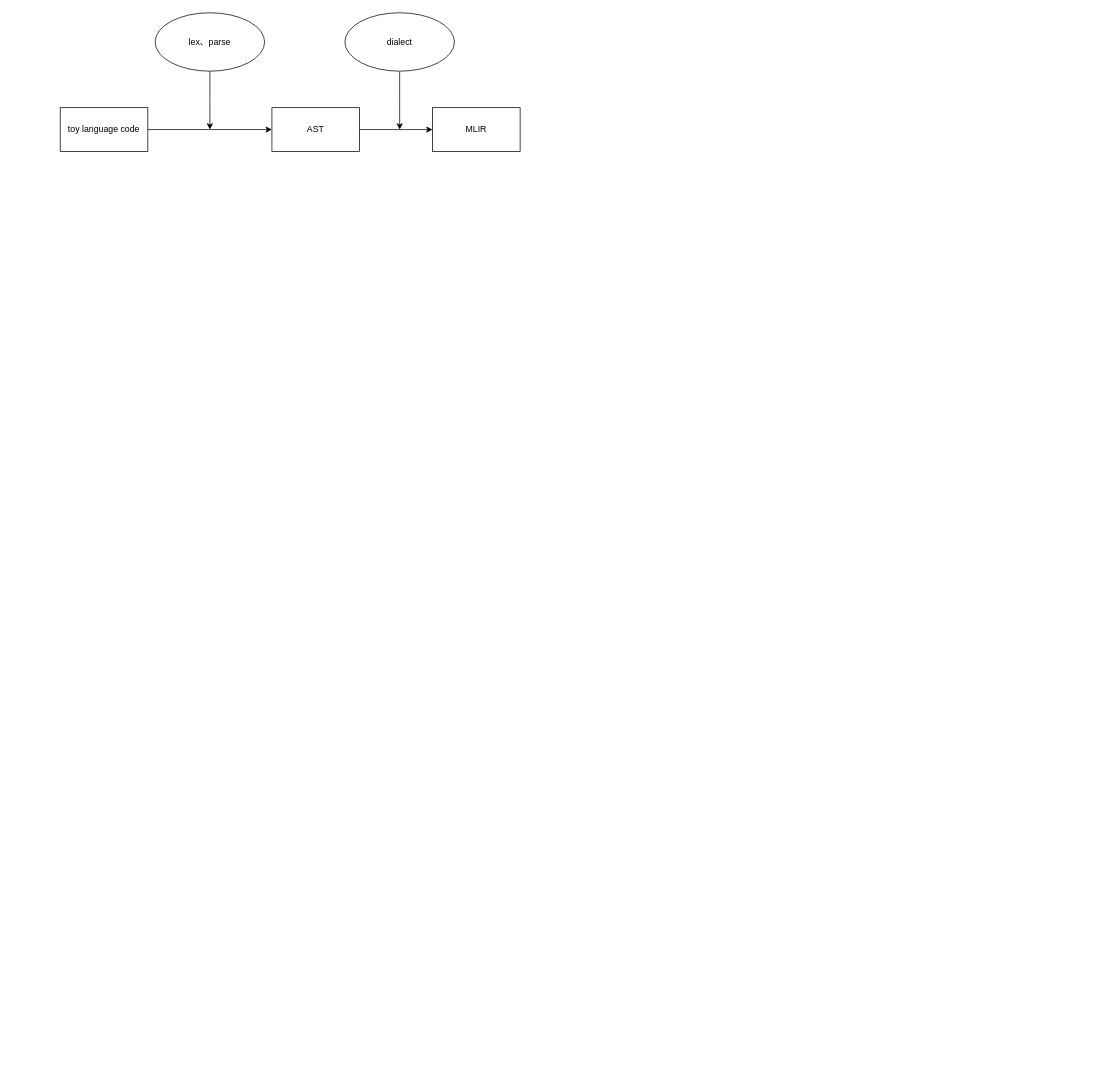
ZackWan/Learngit keeps this draw.io diagram as RewritePattern.drawio. Above is the earlier version. Source tidied: cells renumbered, new cells numbered last; positions are measured from the earlier drawing's top-left corner, leaving out a move shared by most shapes. Both pictures are drawn from the tidied source at 73%, with x=0, y=0 at pixel (60, 12).
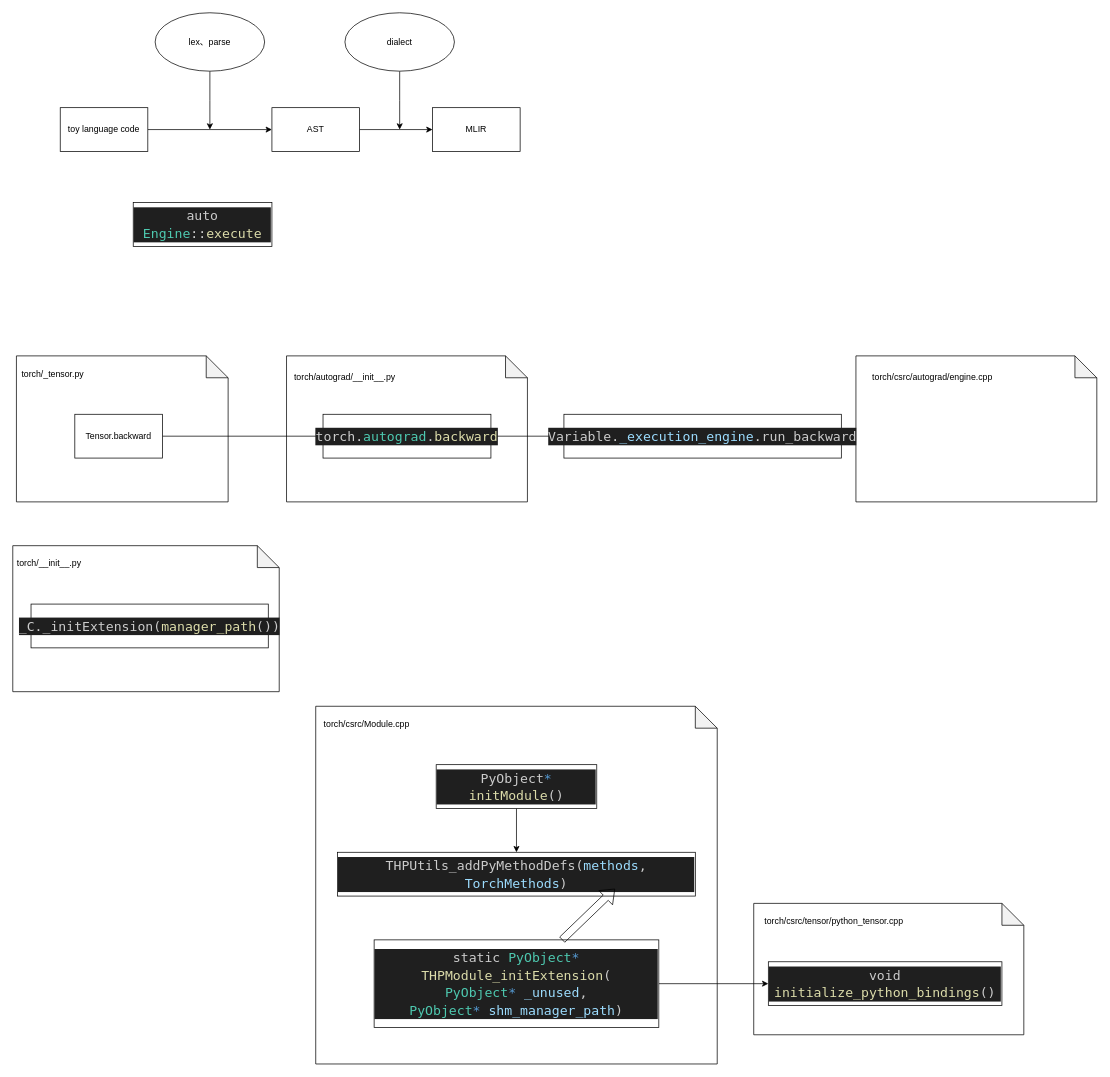
The same diagram, later.

Change to the diagram source:
```diff
@@
+    <mxCell id="11" style="shape=note;whiteSpace=wrap;html=1;backgroundOutline=1;darkOpacity=0.05;" parent="1" vertex="1">
+      <mxGeometry x="950" y="1220" width="370" height="180" as="geometry" />
+    </mxCell>
+    <mxCell id="12" style="shape=note;whiteSpace=wrap;html=1;backgroundOutline=1;darkOpacity=0.05;" parent="1" vertex="1">
+      <mxGeometry x="350" y="950" width="550" height="490" as="geometry" />
+    </mxCell>
+    <mxCell id="13" style="shape=note;whiteSpace=wrap;html=1;backgroundOutline=1;darkOpacity=0.05;" parent="1" vertex="1">
+      <mxGeometry x="1090" y="470" width="330" height="200" as="geometry" />
+    </mxCell>
+    <mxCell id="14" value="torch/csrc/autograd/engine.cpp" style="text;html=1;strokeColor=none;fillColor=none;align=center;verticalAlign=middle;whiteSpace=wrap;rounded=0;" parent="1" vertex="1">
+      <mxGeometry x="1165" y="485" width="60" height="30" as="geometry" />
+    </mxCell>
+    <mxCell id="15" style="shape=note;whiteSpace=wrap;html=1;backgroundOutline=1;darkOpacity=0.05;" parent="1" vertex="1">
+      <mxGeometry x="310" y="470" width="330" height="200" as="geometry" />
+    </mxCell>
+    <mxCell id="16" value="torch/autograd/__init__.py" style="text;html=1;strokeColor=none;fillColor=none;align=center;verticalAlign=middle;whiteSpace=wrap;rounded=0;" parent="1" vertex="1">
+      <mxGeometry x="360" y="485" width="60" height="30" as="geometry" />
+    </mxCell>
+    <mxCell id="17" style="shape=note;whiteSpace=wrap;html=1;backgroundOutline=1;darkOpacity=0.05;" parent="1" vertex="1">
+      <mxGeometry x="-60" y="470" width="290" height="200" as="geometry" />
+    </mxCell>
@@
+    <mxCell id="18" value="&lt;div style=&quot;color: rgb(204, 204, 204); background-color: rgb(31, 31, 31); font-family: &amp;quot;Ubuntu Mono&amp;quot;, &amp;quot;Droid Sans Mono&amp;quot;, &amp;quot;monospace&amp;quot;, monospace; font-size: 18px; line-height: 24px;&quot;&gt;auto &lt;span style=&quot;color: #4ec9b0;&quot;&gt;Engine&lt;/span&gt;::&lt;span style=&quot;color: #dcdcaa;&quot;&gt;execute&lt;/span&gt;&lt;/div&gt;" style="rounded=0;whiteSpace=wrap;html=1;" parent="1" vertex="1">
+      <mxGeometry x="100" y="260" width="190" height="60" as="geometry" />
+    </mxCell>
+    <mxCell id="19" style="edgeStyle=orthogonalEdgeStyle;rounded=0;jettySize=auto;html=1;exitX=1;exitY=0.5;exitDx=0;exitDy=0;entryX=0;entryY=0.5;entryDx=0;entryDy=0;" parent="1" edge="1" source="20" target="23">
+      <mxGeometry relative="1" as="geometry" />
+    </mxCell>
+    <mxCell id="20" value="Tensor.backward" style="rounded=0;whiteSpace=wrap;html=1;" parent="1" vertex="1">
+      <mxGeometry x="20" y="550" width="120" height="60" as="geometry" />
+    </mxCell>
+    <mxCell id="21" value="torch/_tensor.py" style="text;html=1;strokeColor=none;fillColor=none;align=center;verticalAlign=middle;whiteSpace=wrap;rounded=0;" parent="1" vertex="1">
+      <mxGeometry x="-40" y="480" width="60" height="30" as="geometry" />
+    </mxCell>
+    <mxCell id="22" style="edgeStyle=orthogonalEdgeStyle;rounded=0;jettySize=auto;html=1;exitX=1;exitY=0.5;exitDx=0;exitDy=0;entryX=0;entryY=0.5;entryDx=0;entryDy=0;" parent="1" edge="1" source="23" target="24">
+      <mxGeometry relative="1" as="geometry" />
+    </mxCell>
+    <mxCell id="23" value="&lt;div style=&quot;color: rgb(204, 204, 204); background-color: rgb(31, 31, 31); font-family: &amp;quot;Ubuntu Mono&amp;quot;, &amp;quot;Droid Sans Mono&amp;quot;, &amp;quot;monospace&amp;quot;, monospace; font-size: 18px; line-height: 24px;&quot;&gt;torch.&lt;span style=&quot;color: #4ec9b0;&quot;&gt;autograd&lt;/span&gt;.&lt;span style=&quot;color: #dcdcaa;&quot;&gt;backward&lt;/span&gt;&lt;/div&gt;" style="rounded=0;whiteSpace=wrap;html=1;" parent="1" vertex="1">
+      <mxGeometry x="360" y="550" width="230" height="60" as="geometry" />
+    </mxCell>
+    <mxCell id="24" value="&lt;div style=&quot;color: rgb(204, 204, 204); background-color: rgb(31, 31, 31); font-family: &amp;quot;Ubuntu Mono&amp;quot;, &amp;quot;Droid Sans Mono&amp;quot;, &amp;quot;monospace&amp;quot;, monospace; font-size: 18px; line-height: 24px;&quot;&gt;Variable.&lt;span style=&quot;color: #9cdcfe;&quot;&gt;_execution_engine&lt;/span&gt;.run_backward&lt;/div&gt;" style="rounded=0;whiteSpace=wrap;html=1;" parent="1" vertex="1">
+      <mxGeometry x="690" y="550" width="380" height="60" as="geometry" />
+    </mxCell>
+    <mxCell id="25" style="shape=note;whiteSpace=wrap;html=1;backgroundOutline=1;darkOpacity=0.05;" parent="1" vertex="1">
+      <mxGeometry x="-65" y="730" width="365" height="200" as="geometry" />
+    </mxCell>
+    <mxCell id="26" value="&lt;div style=&quot;color: rgb(204, 204, 204); background-color: rgb(31, 31, 31); font-family: &amp;quot;Ubuntu Mono&amp;quot;, &amp;quot;Droid Sans Mono&amp;quot;, &amp;quot;monospace&amp;quot;, monospace; font-size: 18px; line-height: 24px;&quot;&gt;_C._initExtension(&lt;span style=&quot;color: #dcdcaa;&quot;&gt;manager_path&lt;/span&gt;())&lt;/div&gt;" style="rounded=0;whiteSpace=wrap;html=1;" parent="1" vertex="1">
+      <mxGeometry x="-40" y="810" width="325" height="60" as="geometry" />
+    </mxCell>
+    <mxCell id="27" value="torch/__init__.py" style="text;html=1;strokeColor=none;fillColor=none;align=center;verticalAlign=middle;whiteSpace=wrap;rounded=0;" parent="1" vertex="1">
+      <mxGeometry x="-45" y="740" width="60" height="30" as="geometry" />
+    </mxCell>
+    <mxCell id="28" style="edgeStyle=orthogonalEdgeStyle;rounded=0;jettySize=auto;html=1;" parent="1" edge="1" source="29" target="31">
+      <mxGeometry relative="1" as="geometry" />
+    </mxCell>
+    <mxCell id="29" value="&lt;div style=&quot;color: rgb(204, 204, 204); background-color: rgb(31, 31, 31); font-family: &amp;quot;Ubuntu Mono&amp;quot;, &amp;quot;Droid Sans Mono&amp;quot;, &amp;quot;monospace&amp;quot;, monospace; font-size: 18px; line-height: 24px;&quot;&gt;PyObject&lt;span style=&quot;color: #569cd6;&quot;&gt;*&lt;/span&gt; &lt;span style=&quot;color: #dcdcaa;&quot;&gt;initModule&lt;/span&gt;()&lt;/div&gt;" style="rounded=0;whiteSpace=wrap;html=1;" parent="1" vertex="1">
+      <mxGeometry x="515" y="1030" width="220" height="60" as="geometry" />
+    </mxCell>
+    <mxCell id="30" value="torch/csrc/Module.cpp" style="text;html=1;strokeColor=none;fillColor=none;align=center;verticalAlign=middle;whiteSpace=wrap;rounded=0;" parent="1" vertex="1">
+      <mxGeometry x="390" y="960" width="60" height="30" as="geometry" />
+    </mxCell>
+    <mxCell id="31" value="&lt;div style=&quot;color: rgb(204, 204, 204); background-color: rgb(31, 31, 31); font-family: &amp;quot;Ubuntu Mono&amp;quot;, &amp;quot;Droid Sans Mono&amp;quot;, &amp;quot;monospace&amp;quot;, monospace; font-size: 18px; line-height: 24px;&quot;&gt;THPUtils_addPyMethodDefs(&lt;span style=&quot;color: #9cdcfe;&quot;&gt;methods&lt;/span&gt;, &lt;span style=&quot;color: #9cdcfe;&quot;&gt;TorchMethods&lt;/span&gt;)&lt;/div&gt;" style="rounded=0;whiteSpace=wrap;html=1;" parent="1" vertex="1">
+      <mxGeometry x="380" y="1150" width="490" height="60" as="geometry" />
+    </mxCell>
+    <mxCell id="32" style="edgeStyle=orthogonalEdgeStyle;rounded=0;jettySize=auto;html=1;exitX=1;exitY=0.5;exitDx=0;exitDy=0;entryX=0;entryY=0.5;entryDx=0;entryDy=0;" parent="1" edge="1" source="33" target="35">
+      <mxGeometry relative="1" as="geometry" />
+    </mxCell>
+    <mxCell id="33" value="&lt;div style=&quot;color: rgb(204, 204, 204); background-color: rgb(31, 31, 31); font-family: &amp;quot;Ubuntu Mono&amp;quot;, &amp;quot;Droid Sans Mono&amp;quot;, &amp;quot;monospace&amp;quot;, monospace; font-size: 18px; line-height: 24px;&quot;&gt;&lt;div&gt;static &lt;span style=&quot;color: #4ec9b0;&quot;&gt;PyObject&lt;/span&gt;&lt;span style=&quot;color: #569cd6;&quot;&gt;*&lt;/span&gt; &lt;span style=&quot;color: #dcdcaa;&quot;&gt;THPModule_initExtension&lt;/span&gt;(&lt;/div&gt;&lt;div&gt;    &lt;span style=&quot;color: #4ec9b0;&quot;&gt;PyObject&lt;/span&gt;&lt;span style=&quot;color: #569cd6;&quot;&gt;*&lt;/span&gt; &lt;span style=&quot;color: #9cdcfe;&quot;&gt;_unused&lt;/span&gt;,&lt;/div&gt;&lt;div&gt;    &lt;span style=&quot;color: #4ec9b0;&quot;&gt;PyObject&lt;/span&gt;&lt;span style=&quot;color: #569cd6;&quot;&gt;*&lt;/span&gt; &lt;span style=&quot;color: #9cdcfe;&quot;&gt;shm_manager_path&lt;/span&gt;)&lt;/div&gt;&lt;/div&gt;" style="rounded=0;whiteSpace=wrap;html=1;" parent="1" vertex="1">
+      <mxGeometry x="430" y="1270" width="390" height="120" as="geometry" />
+    </mxCell>
+    <mxCell id="34" style="shape=flexArrow;endArrow=classic;html=1;rounded=0;endWidth=16;endSize=5.39;strokeWidth=1;" parent="1" edge="1" source="33">
+      <mxGeometry relative="1" as="geometry">
+        <mxPoint x="760" y="1200" as="targetPoint" />
+      </mxGeometry>
+    </mxCell>
+    <mxCell id="35" value="&lt;div style=&quot;color: rgb(204, 204, 204); background-color: rgb(31, 31, 31); font-family: &amp;quot;Ubuntu Mono&amp;quot;, &amp;quot;Droid Sans Mono&amp;quot;, &amp;quot;monospace&amp;quot;, monospace; font-size: 18px; line-height: 24px;&quot;&gt;void &lt;span style=&quot;color: #dcdcaa;&quot;&gt;initialize_python_bindings&lt;/span&gt;()&lt;/div&gt;" style="rounded=0;whiteSpace=wrap;html=1;" parent="1" vertex="1">
+      <mxGeometry x="970" y="1300" width="320" height="60" as="geometry" />
+    </mxCell>
+    <mxCell id="36" value="torch/csrc/tensor/python_tensor.cpp" style="text;html=1;strokeColor=none;fillColor=none;align=center;verticalAlign=middle;whiteSpace=wrap;rounded=0;" parent="1" vertex="1">
+      <mxGeometry x="1030" y="1230" width="60" height="30" as="geometry" />
+    </mxCell>
```
